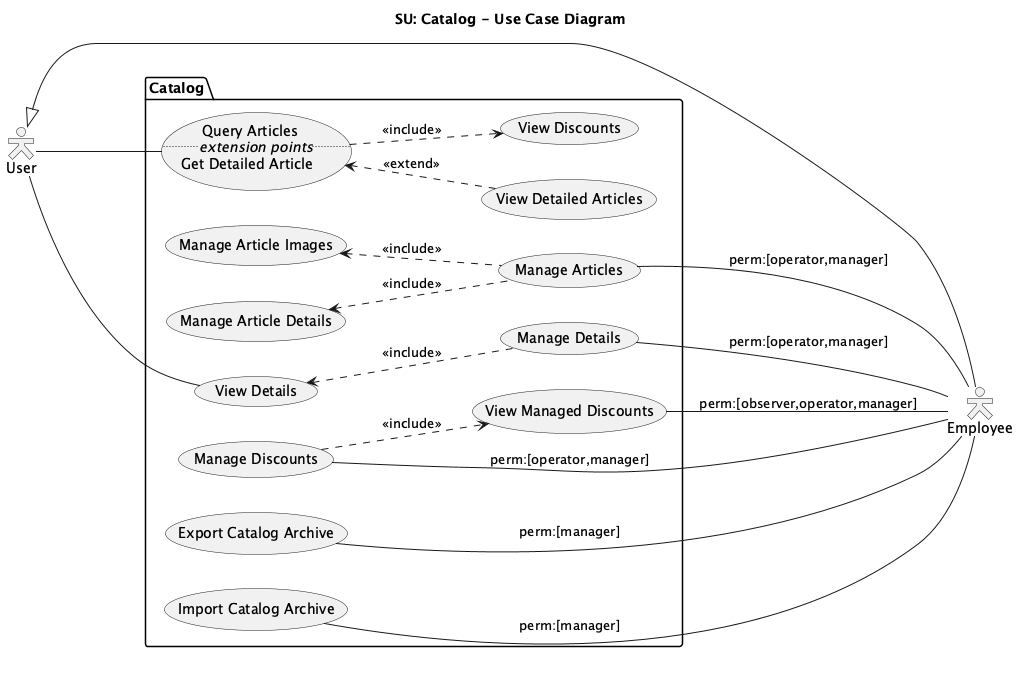
draganovik/matterway keeps this PlantUML diagram as docs/diagrams/exports/use-case-catalog.png. Above is the earlier version.
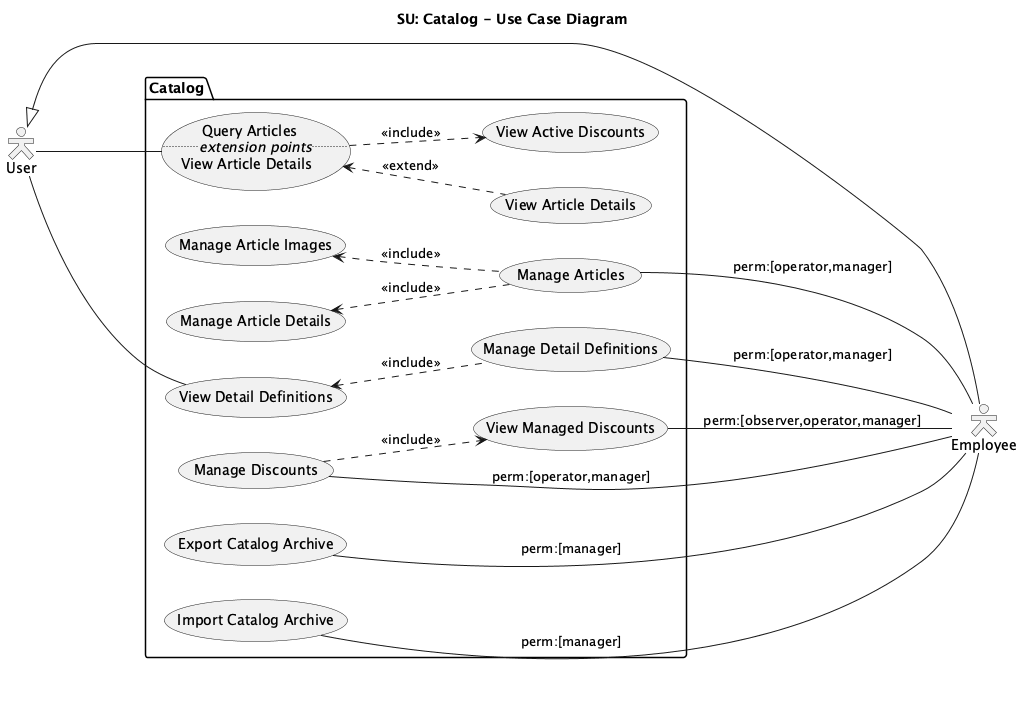
The same file after the commit.

Commit message:
Refine use-case diagrams and regenerate exports

The edit, as a diff of the source:
```diff
@@ -10,11 +10,11 @@
 user <|-- empl
 
 package "Catalog" {
-  usecase viewDetailedArticles as "View Detailed Articles"
-  usecase viewDiscounts as "View Discounts"
+  usecase viewDetailedArticles as "View Article Details"
+  usecase viewDiscounts as "View Active Discounts"
   usecase queryArticles as "Query Articles
                            ..<i>extension points</i>..
-                           Get Detailed Article"
+                           View Article Details"
   queryArticles <.. viewDetailedArticles: <<extend>>
   queryArticles ..> viewDiscounts: <<include>>
 
@@ -27,8 +27,8 @@
   manageArticleDetails <.. manageArticles : <<include>>
   manageArticleImages <.. manageArticles : <<include>>
 
-  usecase viewDetails as "View Details"
-  usecase manageDetails as "Manage Details"
+  usecase viewDetails as "View Detail Definitions"
+  usecase manageDetails as "Manage Detail Definitions"
   viewDetails <.. manageDetails : <<include>>
 
   usecase importCatalogArchive as "Import Catalog Archive"
```
